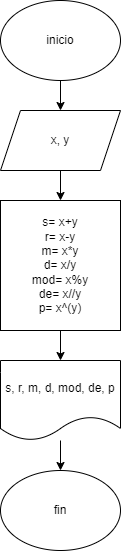
This is diagrama.png from DannyGR03/operadores_aritmeticos, a draw.io export, as it was before one commit. Source tidied: cells renumbered, new cells last; positions are measured from the earlier drawing's top-left corner, leaving out a move shared by most shapes.
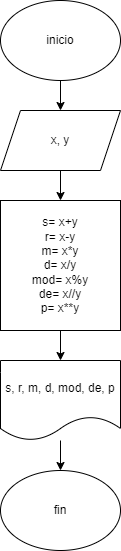
Above is the later version.

Commit message:
se agrego diagrama de flujo

What changed in the source:
```diff
@@ -19,7 +19,7 @@
         <mxPoint x="60" y="360" as="targetPoint" />
       </mxGeometry>
     </mxCell>
-    <mxCell id="7" value="s= x+y&lt;br&gt;r= x-y&lt;br&gt;m= x*y&lt;br&gt;d= x/y&lt;br&gt;mod= x%y&lt;br&gt;de= x//y&lt;br&gt;p= x^(y)" style="rounded=0;whiteSpace=wrap;html=1;" parent="1" vertex="1">
+    <mxCell id="7" value="s= x+y&lt;br&gt;r= x-y&lt;br&gt;m= x*y&lt;br&gt;d= x/y&lt;br&gt;mod= x%y&lt;br&gt;de= x//y&lt;br&gt;p= x**y" style="rounded=0;whiteSpace=wrap;html=1;" parent="1" vertex="1">
       <mxGeometry y="200" width="120" height="130" as="geometry" />
     </mxCell>
     <mxCell id="8" style="edgeStyle=none;html=1;" parent="1" edge="1" target="9">
```
